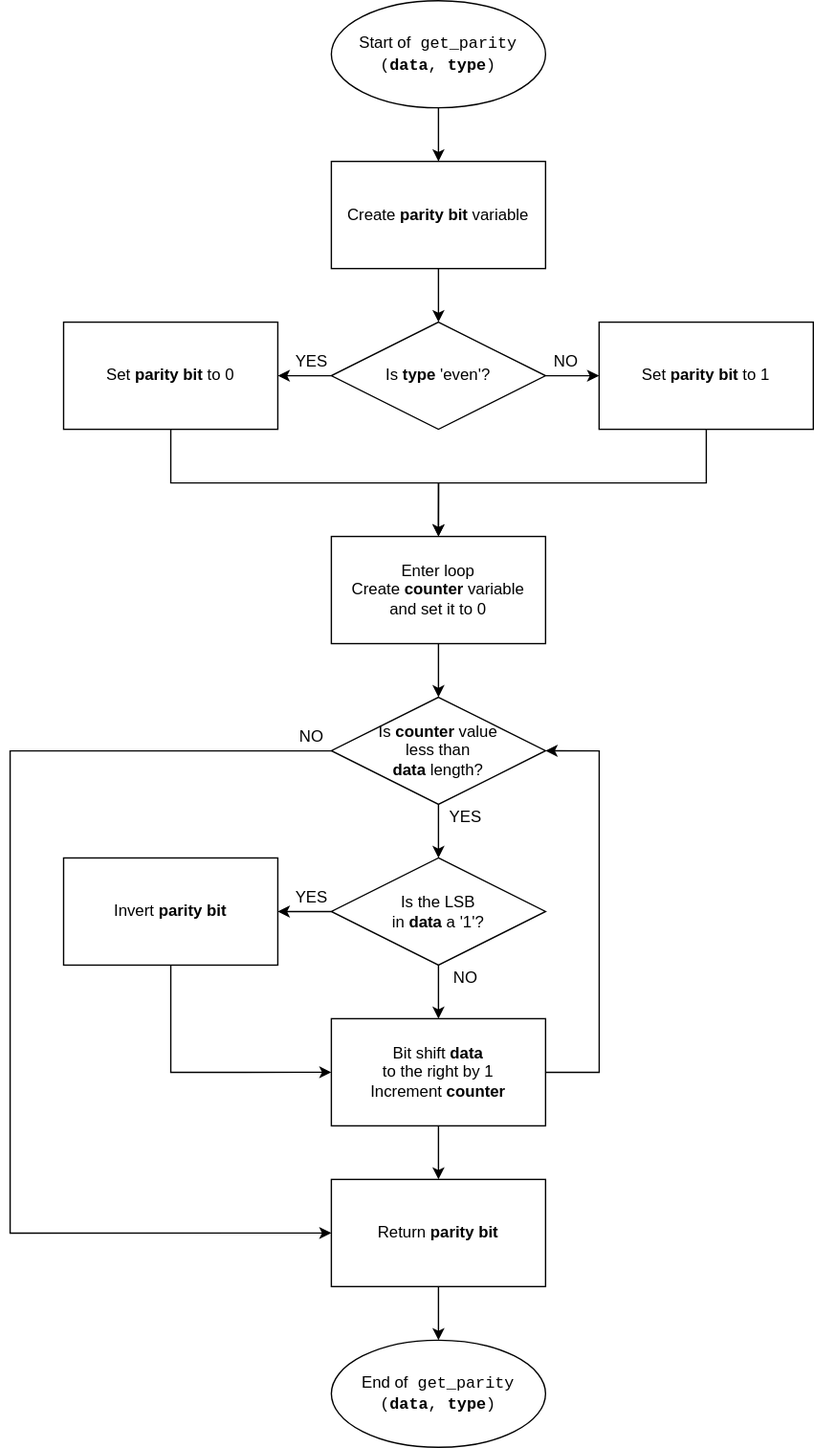
xshele01/Digital-electronics-2 keeps this draw.io diagram as Labs/07-uart/Images/get_parity.svg. Above is the earlier version. Source tidied: cells renumbered, new cells last; positions are measured from the earlier drawing's top-left corner, leaving out a move shared by most shapes.
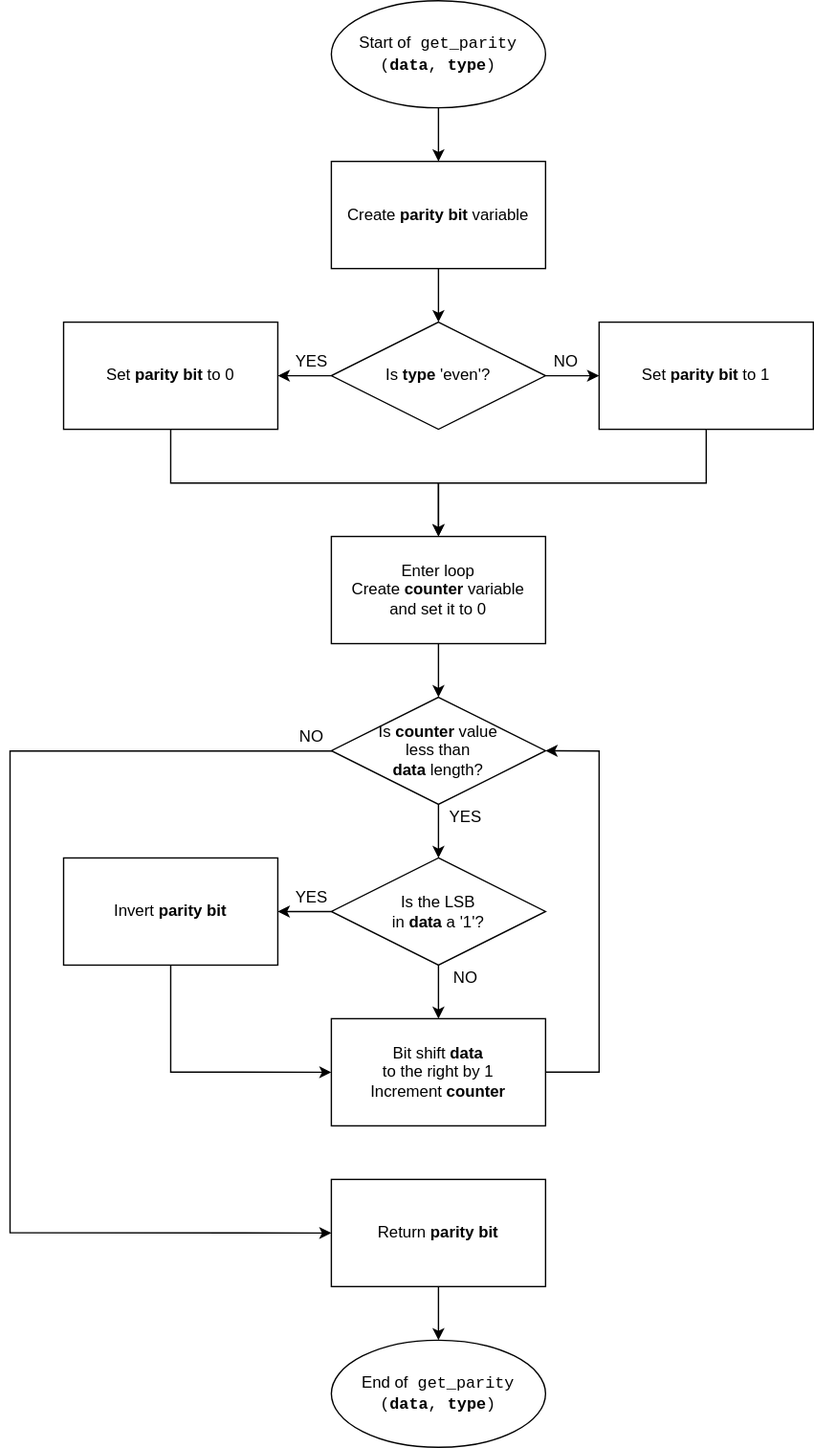
The same diagram one commit later.

Change to the diagram source:
```diff
@@ -76,9 +76,6 @@
         </Array>
       </mxGeometry>
     </mxCell>
-    <mxCell id="19" style="edgeStyle=orthogonalEdgeStyle;rounded=0;jettySize=auto;html=1;" parent="1" edge="1" source="20" target="32">
-      <mxGeometry relative="1" as="geometry" />
-    </mxCell>
     <mxCell id="20" value="&lt;div&gt;Bit shift &lt;b&gt;data&lt;/b&gt; &lt;br&gt;&lt;/div&gt;&lt;div&gt;to the right by 1&lt;/div&gt;&lt;div&gt;Increment &lt;b&gt;counter&lt;/b&gt;&lt;br&gt;&lt;/div&gt;" style="whiteSpace=wrap;html=1;" parent="1" vertex="1">
       <mxGeometry x="240" y="760" width="160" height="80" as="geometry" />
     </mxCell>
```
